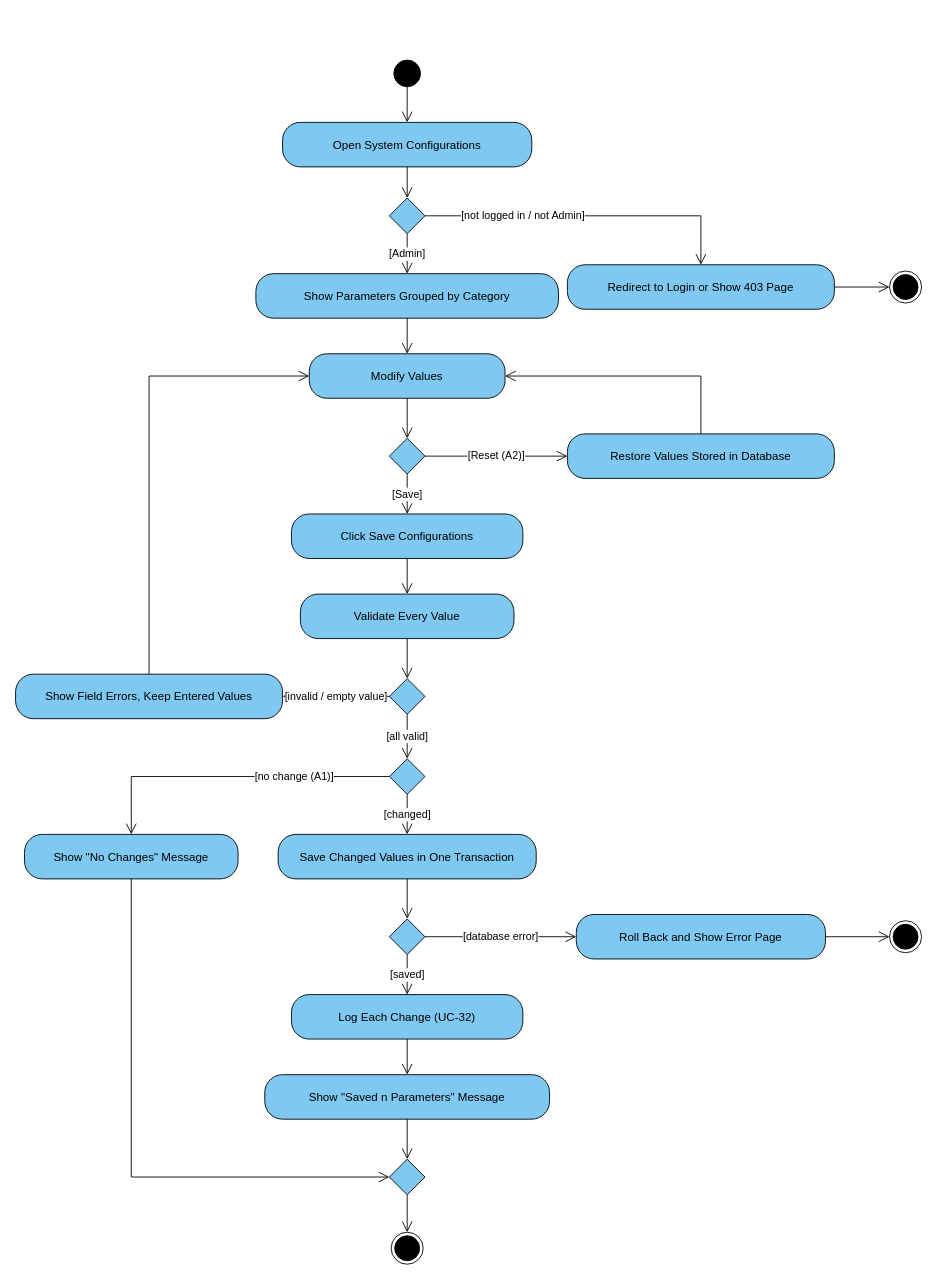
Duongnd-07/CinemaManagementSystem_SE2053_NET_Group2 keeps this draw.io diagram as page "UC-33 Activity" (2 of 2) of docs/diagrams/UC33_Manage_System_Configurations.drawio. Above is the earlier version. Source tidied: cells renumbered, new cells numbered last; positions are measured from the earlier drawing's top-left corner, leaving out a move shared by most shapes. Both pictures are drawn from the tidied source at 89%, with x=0, y=0 at pixel (15, 60).
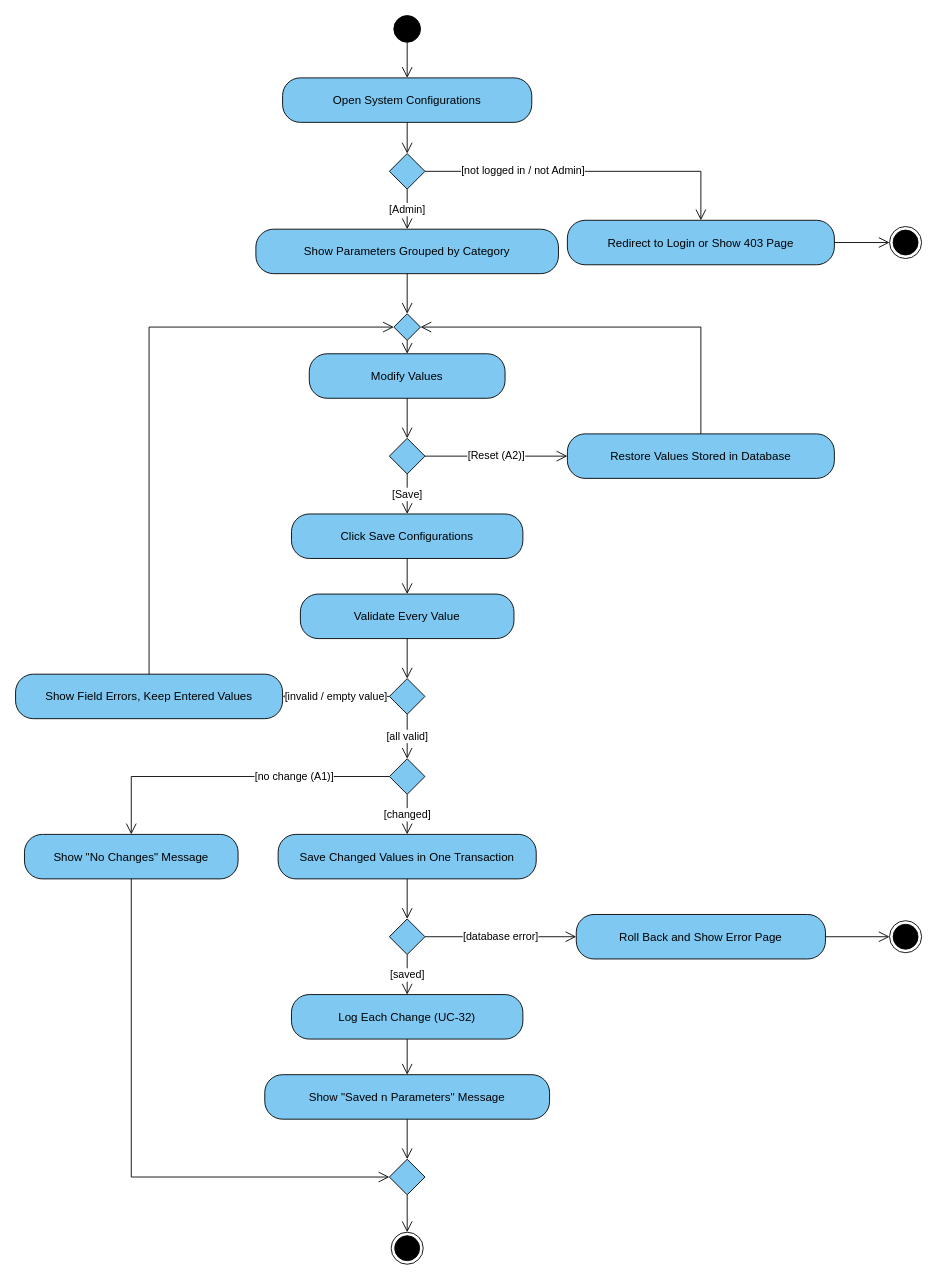
After the change.

The change refers to these unchanged cells:
```xml
<mxCell id="8" value="Modify Values" style="rounded=1;arcSize=40;whiteSpace=wrap;html=1;fillColor=#7EC8F1;strokeColor=#000000;fontFamily=Helvetica;fontSize=13;" parent="1" vertex="1">
  <mxGeometry x="330" y="330" width="220" height="50" as="geometry" />
</mxCell>
<mxCell id="10" value="Restore Values Stored in Database" style="rounded=1;arcSize=40;whiteSpace=wrap;html=1;fillColor=#7EC8F1;strokeColor=#000000;fontFamily=Helvetica;fontSize=13;" parent="1" vertex="1">
  <mxGeometry x="620" y="420" width="300" height="50" as="geometry" />
</mxCell>
<mxCell id="14" value="Show Field Errors, Keep Entered Values" style="rounded=1;arcSize=40;whiteSpace=wrap;html=1;fillColor=#7EC8F1;strokeColor=#000000;fontFamily=Helvetica;fontSize=13;" parent="1" vertex="1">
  <mxGeometry y="690" width="300" height="50" as="geometry" />
</mxCell>
```

Diff of the diagram source:
```diff
@@
     <mxCell id="2" style="ellipse;html=1;fillColor=#000000;strokeColor=#000000;" parent="1" vertex="1">
-      <mxGeometry x="425" width="30" height="30" as="geometry" />
+      <mxGeometry x="425" y="-50" width="30" height="30" as="geometry" />
     </mxCell>
     <mxCell id="3" value="Open System Configurations" style="rounded=1;arcSize=40;whiteSpace=wrap;html=1;fillColor=#7EC8F1;strokeColor=#000000;fontFamily=Helvetica;fontSize=13;" parent="1" vertex="1">
-      <mxGeometry x="300" y="70" width="280" height="50" as="geometry" />
+      <mxGeometry x="300" y="20" width="280" height="50" as="geometry" />
     </mxCell>
     <mxCell id="4" style="rhombus;html=1;fillColor=#7EC8F1;strokeColor=#000000;" parent="1" vertex="1">
-      <mxGeometry x="420" y="155" width="40" height="40" as="geometry" />
+      <mxGeometry x="420" y="105" width="40" height="40" as="geometry" />
     </mxCell>
     <mxCell id="5" value="Redirect to Login or Show 403 Page" style="rounded=1;arcSize=40;whiteSpace=wrap;html=1;fillColor=#7EC8F1;strokeColor=#000000;fontFamily=Helvetica;fontSize=13;" parent="1" vertex="1">
-      <mxGeometry x="620" y="230" width="300" height="50" as="geometry" />
+      <mxGeometry x="620" y="180" width="300" height="50" as="geometry" />
     </mxCell>
     <mxCell id="6" style="ellipse;html=1;shape=endState;fillColor=#000000;strokeColor=#000000;" parent="1" vertex="1">
-      <mxGeometry x="982" y="237" width="36" height="36" as="geometry" />
+      <mxGeometry x="982" y="187" width="36" height="36" as="geometry" />
     </mxCell>
     <mxCell id="7" value="Show Parameters Grouped by Category" style="rounded=1;arcSize=40;whiteSpace=wrap;html=1;fillColor=#7EC8F1;strokeColor=#000000;fontFamily=Helvetica;fontSize=13;" parent="1" vertex="1">
-      <mxGeometry x="270" y="240" width="340" height="50" as="geometry" />
+      <mxGeometry x="270" y="190" width="340" height="50" as="geometry" />
     </mxCell>
@@
     <mxCell id="27" value="[not logged in / not Admin]" style="edgeStyle=orthogonalEdgeStyle;rounded=0;html=1;endArrow=open;endSize=10;strokeColor=#000000;exitX=1;exitY=0.5;exitDx=0;exitDy=0;entryX=0.5;entryY=0;entryDx=0;entryDy=0;labelBackgroundColor=#ffffff;fontFamily=Helvetica;fontSize=12;" parent="1" edge="1" source="4" target="5">
       <mxGeometry x="-0.4" relative="1" as="geometry">
         <Array as="points">
-          <mxPoint x="770" y="175" />
+          <mxPoint x="770" y="125" />
         </Array>
       </mxGeometry>
     </mxCell>
@@
-    <mxCell id="30" style="edgeStyle=orthogonalEdgeStyle;rounded=0;html=1;endArrow=open;endSize=10;strokeColor=#000000;exitX=0.5;exitY=1;exitDx=0;exitDy=0;entryX=0.5;entryY=0;entryDx=0;entryDy=0;labelBackgroundColor=#ffffff;fontFamily=Helvetica;fontSize=12;" parent="1" edge="1" source="7" target="8">
+    <mxCell id="30" style="edgeStyle=orthogonalEdgeStyle;rounded=0;html=1;endArrow=open;endSize=10;strokeColor=#000000;exitX=0.5;exitY=1;exitDx=0;exitDy=0;entryX=0.5;entryY=0;entryDx=0;entryDy=0;labelBackgroundColor=#ffffff;fontFamily=Helvetica;fontSize=12;" parent="1" edge="1" source="7" target="50">
       <mxGeometry relative="1" as="geometry" />
     </mxCell>
@@
-    <mxCell id="33" style="edgeStyle=orthogonalEdgeStyle;rounded=0;html=1;endArrow=open;endSize=10;strokeColor=#000000;exitX=0.5;exitY=0;exitDx=0;exitDy=0;entryX=1;entryY=0.5;entryDx=0;entryDy=0;labelBackgroundColor=#ffffff;fontFamily=Helvetica;fontSize=12;" parent="1" edge="1" source="10" target="8">
+    <mxCell id="33" style="edgeStyle=orthogonalEdgeStyle;rounded=0;html=1;endArrow=open;endSize=10;strokeColor=#000000;exitX=0.5;exitY=0;exitDx=0;exitDy=0;entryX=1;entryY=0.5;entryDx=0;entryDy=0;labelBackgroundColor=#ffffff;fontFamily=Helvetica;fontSize=12;" parent="1" edge="1" source="10" target="50">
       <mxGeometry relative="1" as="geometry">
         <Array as="points">
-          <mxPoint x="770" y="355" />
+          <mxPoint x="770" y="300" />
         </Array>
       </mxGeometry>
     </mxCell>
@@
-    <mxCell id="38" style="edgeStyle=orthogonalEdgeStyle;rounded=0;html=1;endArrow=open;endSize=10;strokeColor=#000000;exitX=0.5;exitY=0;exitDx=0;exitDy=0;entryX=0;entryY=0.5;entryDx=0;entryDy=0;labelBackgroundColor=#ffffff;fontFamily=Helvetica;fontSize=12;" parent="1" edge="1" source="14" target="8">
+    <mxCell id="38" style="edgeStyle=orthogonalEdgeStyle;rounded=0;html=1;endArrow=open;endSize=10;strokeColor=#000000;exitX=0.5;exitY=0;exitDx=0;exitDy=0;entryX=0;entryY=0.5;entryDx=0;entryDy=0;labelBackgroundColor=#ffffff;fontFamily=Helvetica;fontSize=12;" parent="1" edge="1" source="14" target="50">
       <mxGeometry relative="1" as="geometry">
         <Array as="points">
-          <mxPoint x="150" y="355" />
+          <mxPoint x="150" y="300" />
         </Array>
       </mxGeometry>
     </mxCell>
@@
+    <mxCell id="50" style="rhombus;html=1;fillColor=#7EC8F1;strokeColor=#000000;" parent="1" vertex="1">
+      <mxGeometry x="425" y="285" width="30" height="30" as="geometry" />
+    </mxCell>
+    <mxCell id="51" style="edgeStyle=orthogonalEdgeStyle;rounded=0;html=1;endArrow=open;endSize=10;strokeColor=#000000;exitX=0.5;exitY=1;exitDx=0;exitDy=0;entryX=0.5;entryY=0;entryDx=0;entryDy=0;labelBackgroundColor=#ffffff;fontFamily=Helvetica;fontSize=12;" parent="1" edge="1" source="50" target="8">
+      <mxGeometry relative="1" as="geometry" />
+    </mxCell>
```
